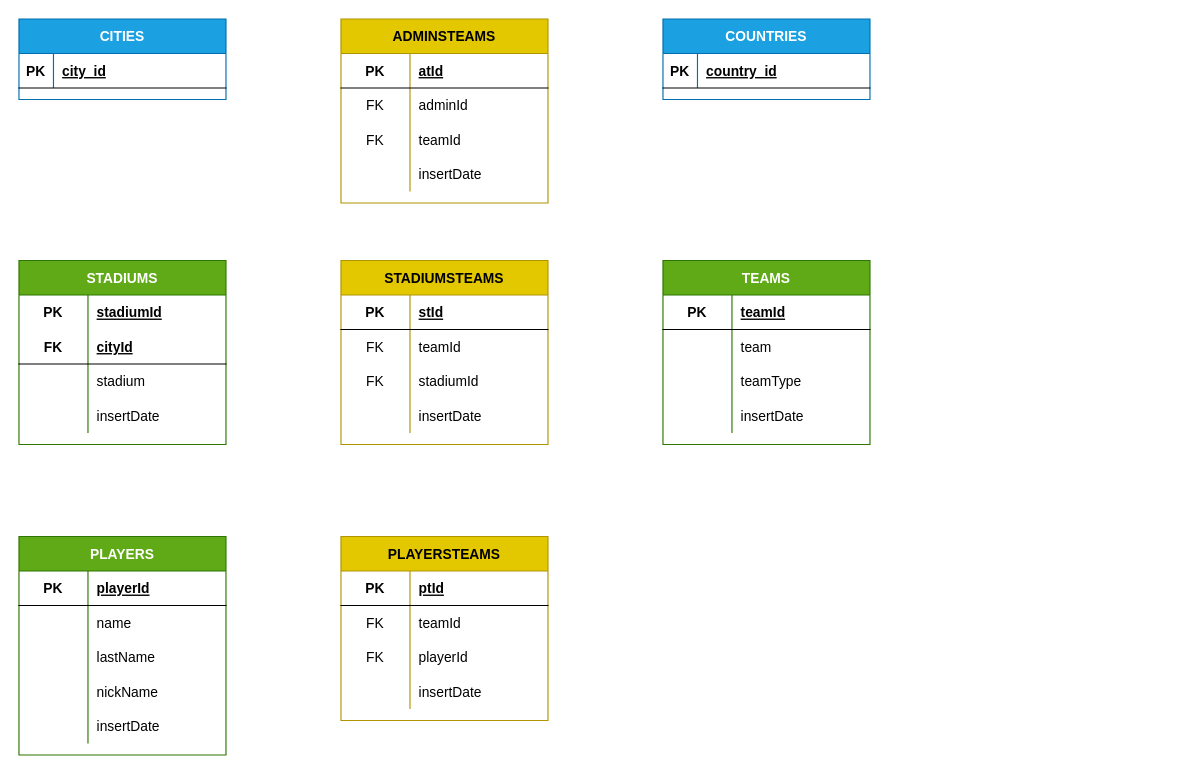
Before: soccer/DataModel/soccerModelConcept.drawio in r3card0/soccer.stats, a draw.io diagram. Source tidied: cells renumbered, new cells numbered last; positions are measured from the earlier drawing's top-left corner, leaving out a move shared by most shapes. Both pictures are drawn from the tidied source at 115%, with x=0, y=0 at pixel (18, 18).
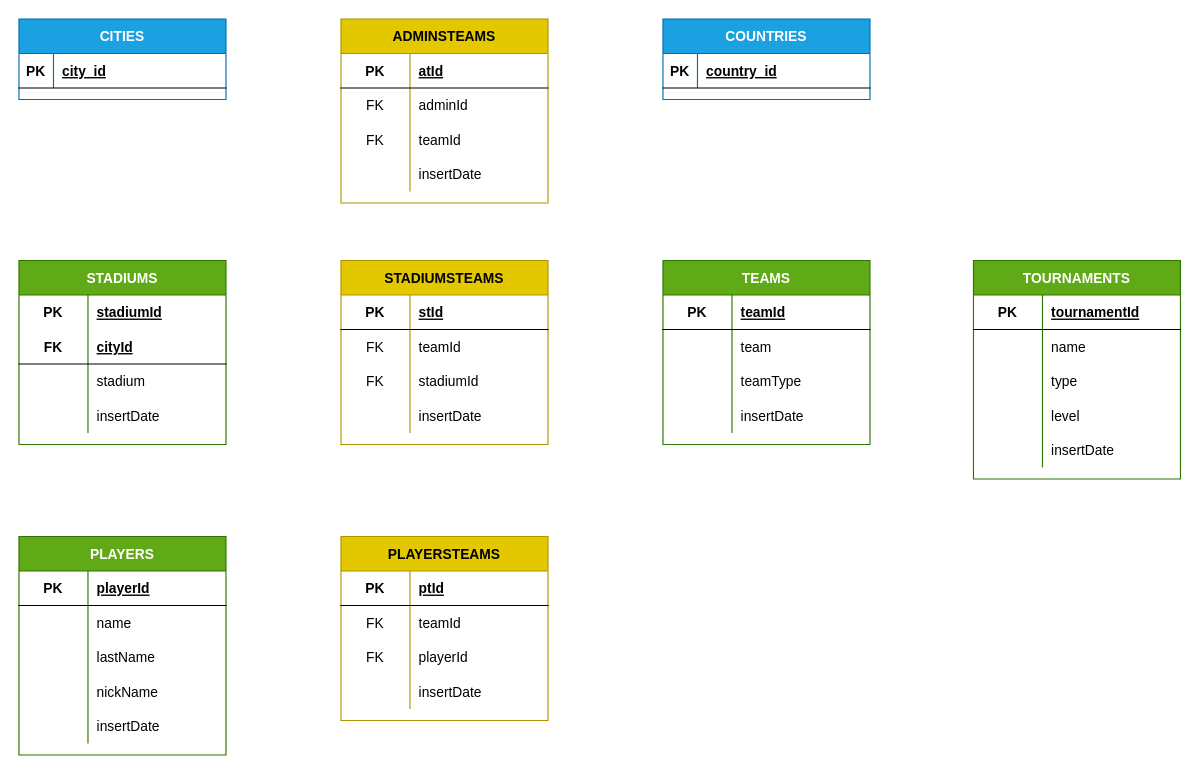
Above is the later version.

Commit message:
added tournaments table

What changed in the source:
```diff
@@
+    <mxCell id="91" value="TOURNAMENTS" style="shape=table;startSize=30;childLayout=tableLayout;rowLines=0;fontStyle=1;align=center;fillColor=#60a917;fontColor=#ffffff;strokeColor=#2D7600;" parent="1" vertex="1">
+      <mxGeometry x="830" y="210" width="180" height="190" as="geometry" />
+    </mxCell>
+    <mxCell id="92" style="shape=partialRectangle;fillColor=none;top=0;left=0;bottom=1;right=0;" parent="91" vertex="1">
+      <mxGeometry y="30" width="180" height="30" as="geometry" />
+    </mxCell>
+    <mxCell id="93" value="PK" style="shape=partialRectangle;fillColor=none;top=0;left=0;bottom=0;right=0;fontStyle=1;overflow=hidden;" parent="92" vertex="1">
+      <mxGeometry width="60" height="30" as="geometry" />
+    </mxCell>
+    <mxCell id="94" value="tournamentId" style="shape=partialRectangle;fillColor=none;top=0;left=0;bottom=0;right=0;align=left;spacingLeft=6;fontStyle=5;overflow=hidden;" parent="92" vertex="1">
+      <mxGeometry x="60" width="120" height="30" as="geometry" />
+    </mxCell>
+    <mxCell id="95" style="shape=partialRectangle;fillColor=none;top=0;left=0;bottom=0;right=0;" parent="91" vertex="1">
+      <mxGeometry y="60" width="180" height="30" as="geometry" />
+    </mxCell>
+    <mxCell id="96" style="shape=partialRectangle;fillColor=none;top=0;left=0;bottom=0;right=0;overflow=hidden;" parent="95" vertex="1">
+      <mxGeometry width="60" height="30" as="geometry" />
+    </mxCell>
+    <mxCell id="97" value="name" style="shape=partialRectangle;fillColor=none;top=0;left=0;bottom=0;right=0;align=left;spacingLeft=6;overflow=hidden;" parent="95" vertex="1">
+      <mxGeometry x="60" width="120" height="30" as="geometry" />
+    </mxCell>
+    <mxCell id="98" style="shape=partialRectangle;fillColor=none;top=0;left=0;bottom=0;right=0;" parent="91" vertex="1">
+      <mxGeometry y="90" width="180" height="30" as="geometry" />
+    </mxCell>
+    <mxCell id="99" style="shape=partialRectangle;fillColor=none;top=0;left=0;bottom=0;right=0;overflow=hidden;" parent="98" vertex="1">
+      <mxGeometry width="60" height="30" as="geometry" />
+    </mxCell>
+    <mxCell id="100" value="type" style="shape=partialRectangle;fillColor=none;top=0;left=0;bottom=0;right=0;align=left;spacingLeft=6;overflow=hidden;" parent="98" vertex="1">
+      <mxGeometry x="60" width="120" height="30" as="geometry" />
+    </mxCell>
+    <mxCell id="101" style="shape=partialRectangle;fillColor=none;top=0;left=0;bottom=0;right=0;" parent="91" vertex="1">
+      <mxGeometry y="120" width="180" height="30" as="geometry" />
+    </mxCell>
+    <mxCell id="102" style="shape=partialRectangle;fillColor=none;top=0;left=0;bottom=0;right=0;overflow=hidden;" parent="101" vertex="1">
+      <mxGeometry width="60" height="30" as="geometry" />
+    </mxCell>
+    <mxCell id="103" value="level" style="shape=partialRectangle;fillColor=none;top=0;left=0;bottom=0;right=0;align=left;spacingLeft=6;overflow=hidden;" parent="101" vertex="1">
+      <mxGeometry x="60" width="120" height="30" as="geometry" />
+    </mxCell>
+    <mxCell id="104" style="shape=partialRectangle;fillColor=none;top=0;left=0;bottom=0;right=0;" parent="91" vertex="1">
+      <mxGeometry y="150" width="180" height="30" as="geometry" />
+    </mxCell>
+    <mxCell id="105" style="shape=partialRectangle;fillColor=none;top=0;left=0;bottom=0;right=0;overflow=hidden;" parent="104" vertex="1">
+      <mxGeometry width="60" height="30" as="geometry" />
+    </mxCell>
+    <mxCell id="106" value="insertDate" style="shape=partialRectangle;fillColor=none;top=0;left=0;bottom=0;right=0;align=left;spacingLeft=6;overflow=hidden;" parent="104" vertex="1">
+      <mxGeometry x="60" width="120" height="30" as="geometry" />
+    </mxCell>
```
